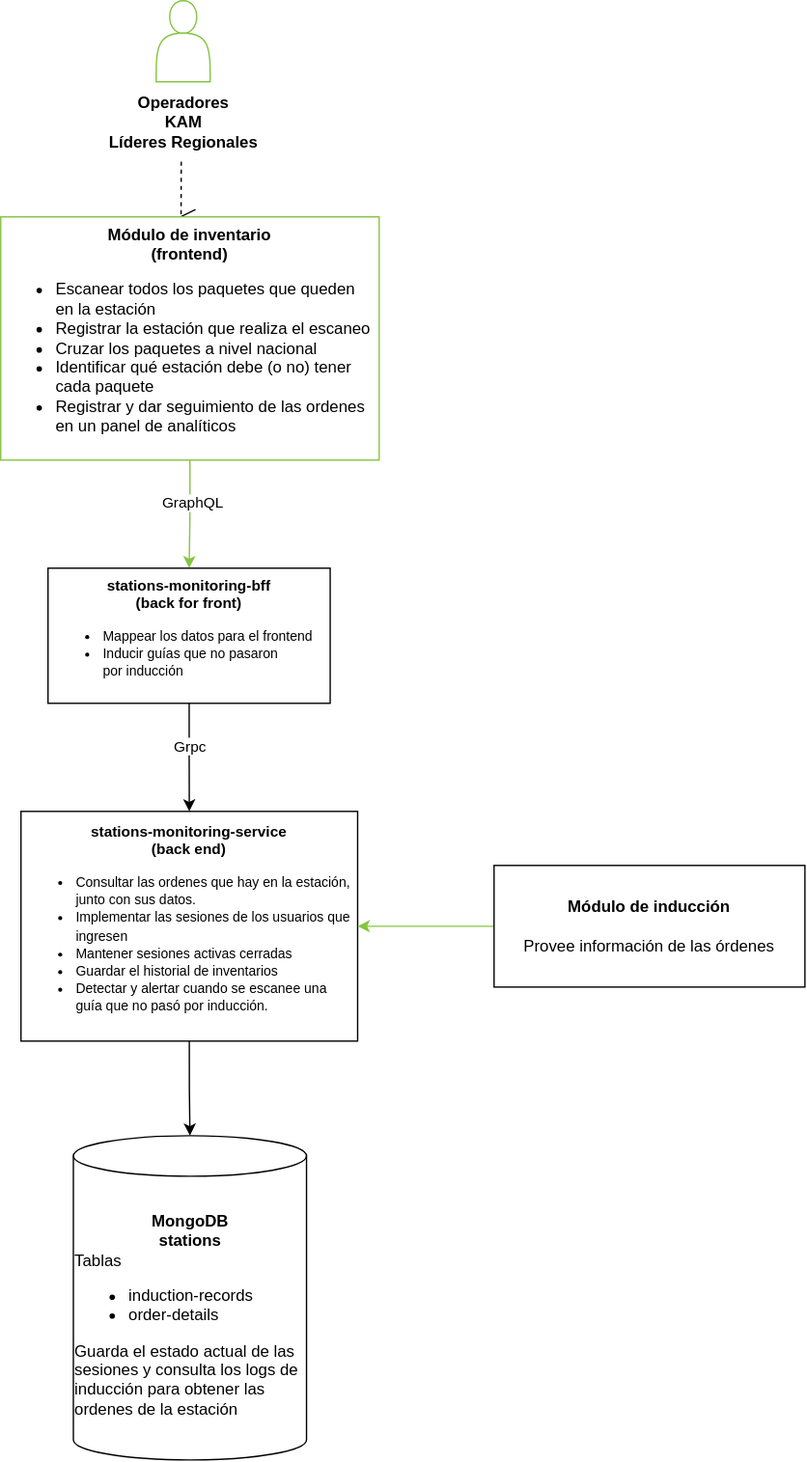
Before: Diagrama C2 Módulo de inventario.drawio.svg, a diagram exported from draw.io (dani99m/Diagramas). Source tidied: cells renumbered, new cells last; positions are measured from the earlier drawing's top-left corner, leaving out a move shared by most shapes.
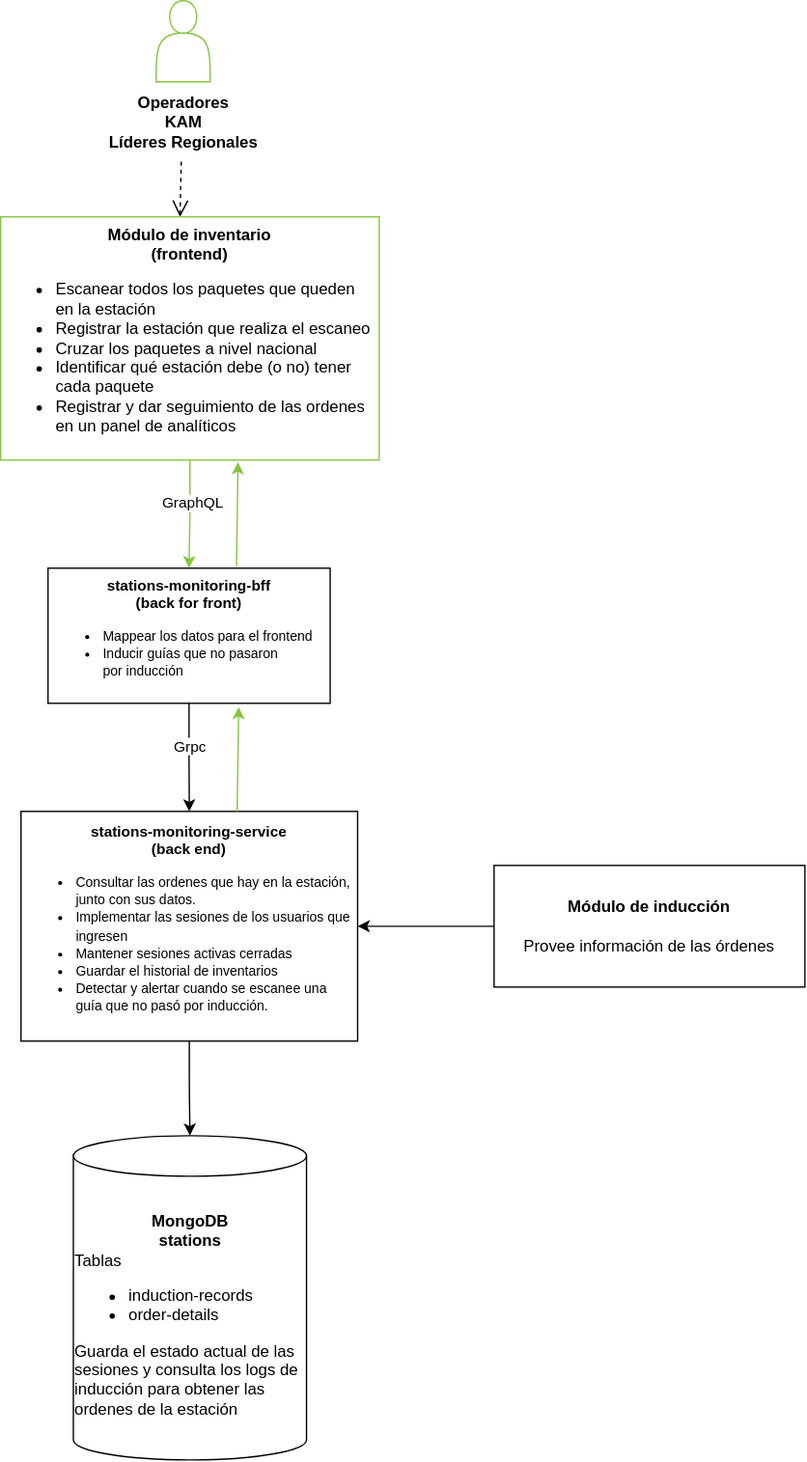
Above is the later version.

What changed in the source:
```diff
@@ -50,11 +50,17 @@
     <mxCell id="15" value="&lt;b&gt;MongoDB&lt;br&gt;stations&lt;/b&gt;&lt;br&gt;&lt;div style=&quot;text-align: left;&quot;&gt;&lt;span style=&quot;background-color: initial;&quot;&gt;Tablas&lt;/span&gt;&lt;/div&gt;&lt;div style=&quot;text-align: left;&quot;&gt;&lt;ul&gt;&lt;li&gt;&lt;span style=&quot;background-color: initial;&quot;&gt;induction-records&lt;/span&gt;&lt;/li&gt;&lt;li&gt;&lt;span style=&quot;background-color: initial;&quot;&gt;order-details&lt;/span&gt;&lt;/li&gt;&lt;/ul&gt;&lt;div&gt;&lt;div&gt;&lt;span style=&quot;font-size: 12px;&quot;&gt;Guarda el estado actual de las sesiones y c&lt;/span&gt;&lt;span style=&quot;background-color: initial;&quot;&gt;onsulta los logs de &lt;span style=&quot;font-size: 12px;&quot;&gt;inducción&lt;/span&gt;&amp;nbsp;para obtener las ordenes de la &lt;span style=&quot;font-size: 12px;&quot;&gt;estación&lt;/span&gt;&amp;nbsp;&lt;/span&gt;&lt;/div&gt;&lt;/div&gt;&lt;/div&gt;" style="shape=cylinder3;whiteSpace=wrap;html=1;boundedLbl=1;backgroundOutline=1;size=15;" parent="1" vertex="1">
       <mxGeometry x="100.8" y="840" width="172.5" height="240" as="geometry" />
     </mxCell>
-    <mxCell id="16" style="edgeStyle=orthogonalEdgeStyle;rounded=0;jettySize=auto;html=1;entryX=1;entryY=0.5;entryDx=0;entryDy=0;strokeColor=#85C440;" parent="1" edge="1" source="17" target="14">
+    <mxCell id="16" style="edgeStyle=orthogonalEdgeStyle;rounded=0;jettySize=auto;html=1;entryX=1;entryY=0.5;entryDx=0;entryDy=0;" parent="1" edge="1" source="17" target="14">
       <mxGeometry relative="1" as="geometry" />
     </mxCell>
     <mxCell id="17" value="&lt;b&gt;Módulo de inducción&lt;br&gt;&lt;/b&gt;&lt;br&gt;Provee información de las órdenes" style="rounded=0;whiteSpace=wrap;html=1;" parent="1" vertex="1">
       <mxGeometry x="412" y="640" width="230" height="90" as="geometry" />
     </mxCell>
+    <mxCell id="18" style="endArrow=classic;html=1;rounded=0;strokeColor=#85C440;exitX=0.668;exitY=-0.018;exitDx=0;exitDy=0;exitPerimeter=0;entryX=0.627;entryY=1.009;entryDx=0;entryDy=0;entryPerimeter=0;" parent="1" edge="1" source="12" target="9">
+      <mxGeometry relative="1" as="geometry" />
+    </mxCell>
+    <mxCell id="19" style="endArrow=classic;html=1;rounded=0;strokeColor=#85C440;exitX=0.642;exitY=0;exitDx=0;exitDy=0;exitPerimeter=0;entryX=0.676;entryY=1.028;entryDx=0;entryDy=0;entryPerimeter=0;" parent="1" edge="1" source="14" target="12">
+      <mxGeometry relative="1" as="geometry" />
+    </mxCell>
   </root>
 </mxGraphModel>
```
